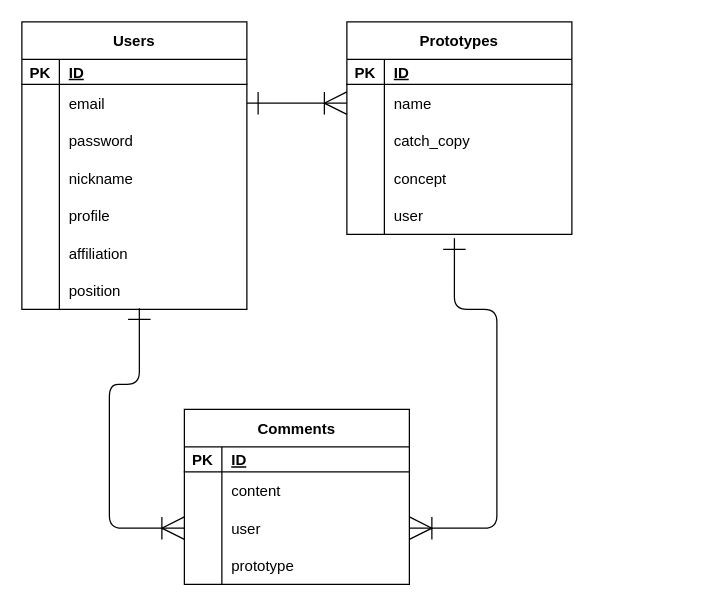
The draw.io diagram ERdiagram.dio in Ryo390/protospace-161-chiikawa, before the edit. Source tidied: cells renumbered, new cells numbered last; positions are measured from the earlier drawing's top-left corner, leaving out a move shared by most shapes. Both pictures are drawn from the tidied source at 125%, with x=0, y=0 at pixel (21, 21).
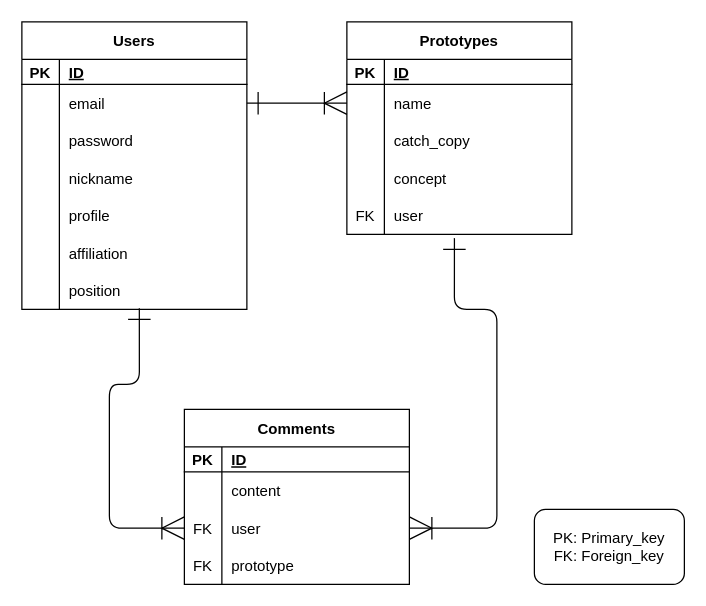
After the change.

Commit message:
ER図に外部キーの表記を追加

The change refers to these unchanged cells:
```xml
<mxCell id="37" style="shape=tableRow;horizontal=0;startSize=0;swimlaneHead=0;swimlaneBody=0;fillColor=none;points=[[0,0.5],[1,0.5]];portConstraint=eastwest;top=0;left=0;right=0;bottom=0;" parent="24" vertex="1">
  <mxGeometry y="140" width="180" height="30" as="geometry" />
</mxCell>
<mxCell id="47" style="shape=tableRow;horizontal=0;startSize=0;swimlaneHead=0;swimlaneBody=0;fillColor=none;points=[[0,0.5],[1,0.5]];portConstraint=eastwest;top=0;left=0;right=0;bottom=0;" parent="40" vertex="1">
  <mxGeometry y="80" width="180" height="30" as="geometry" />
</mxCell>
<mxCell id="50" style="shape=tableRow;horizontal=0;startSize=0;swimlaneHead=0;swimlaneBody=0;fillColor=none;top=0;left=0;right=0;bottom=0;" parent="40" vertex="1">
  <mxGeometry y="110" width="180" height="30" as="geometry" />
</mxCell>
```

Diff of the diagram source:
```diff
@@
-    <mxCell id="38" style="shape=partialRectangle;fillColor=none;top=0;left=0;bottom=0;right=0;overflow=hidden;" parent="37" vertex="1">
+    <mxCell id="38" value="FK" style="shape=partialRectangle;fillColor=none;top=0;left=0;bottom=0;right=0;overflow=hidden;" parent="37" vertex="1">
       <mxGeometry width="30" height="30" as="geometry" />
     </mxCell>
@@
-    <mxCell id="48" style="shape=partialRectangle;fillColor=none;top=0;left=0;bottom=0;right=0;overflow=hidden;" parent="47" vertex="1">
+    <mxCell id="48" value="FK" style="shape=partialRectangle;fillColor=none;top=0;left=0;bottom=0;right=0;overflow=hidden;" parent="47" vertex="1">
       <mxGeometry width="30" height="30" as="geometry" />
     </mxCell>
@@
-    <mxCell id="51" style="shape=partialRectangle;fillColor=none;top=0;left=0;bottom=0;right=0;overflow=hidden;" parent="50" vertex="1">
+    <mxCell id="51" value="FK" style="shape=partialRectangle;fillColor=none;top=0;left=0;bottom=0;right=0;overflow=hidden;" parent="50" vertex="1">
       <mxGeometry width="30" height="30" as="geometry" />
     </mxCell>
@@
+    <mxCell id="56" value="PK: Primary_key&lt;br&gt;FK: Foreign_key" style="rounded=1;whiteSpace=wrap;html=1;" parent="1" vertex="1">
+      <mxGeometry x="410" y="390" width="120" height="60" as="geometry" />
+    </mxCell>
```
